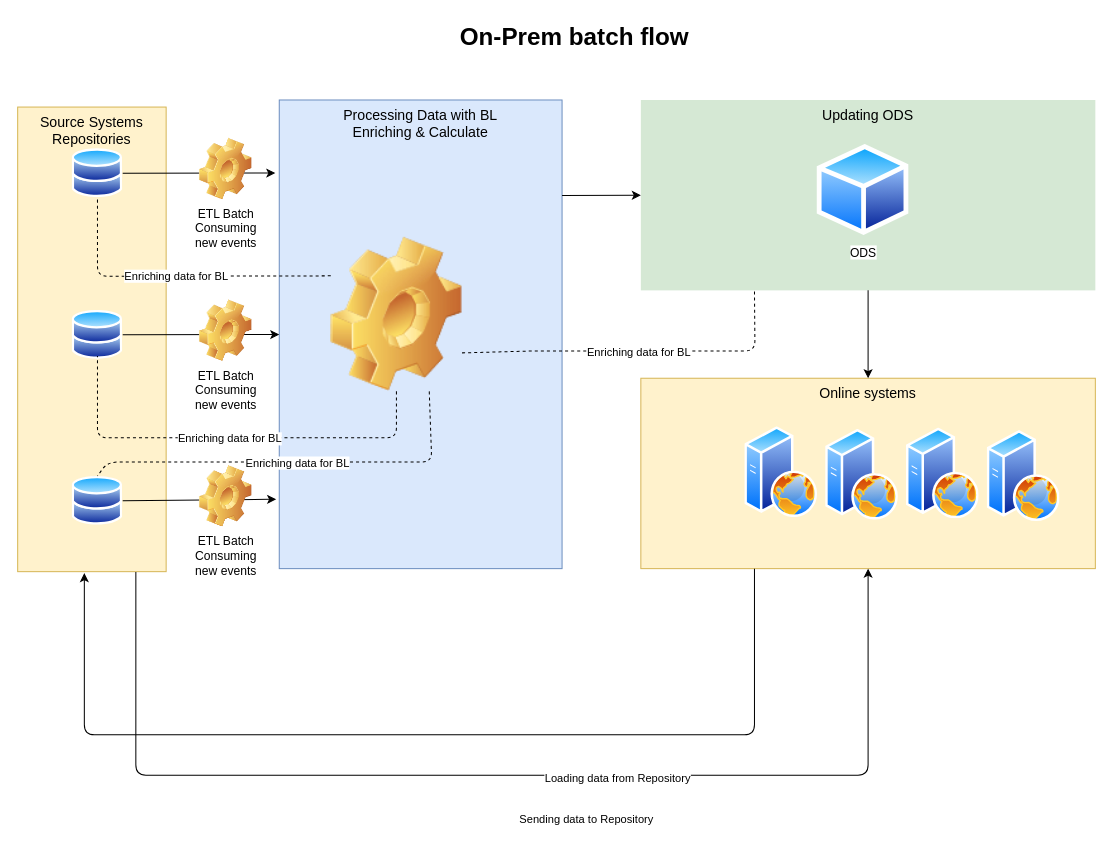
This is ODS on prem1.drawio from itaybaran/drawing, a draw.io file, before an edit. Source tidied: cells renumbered, new cells numbered last; positions are measured from the earlier drawing's top-left corner, leaving out a move shared by most shapes. Both pictures are drawn from the tidied source at 101%, with x=0, y=0 at pixel (17, 17).
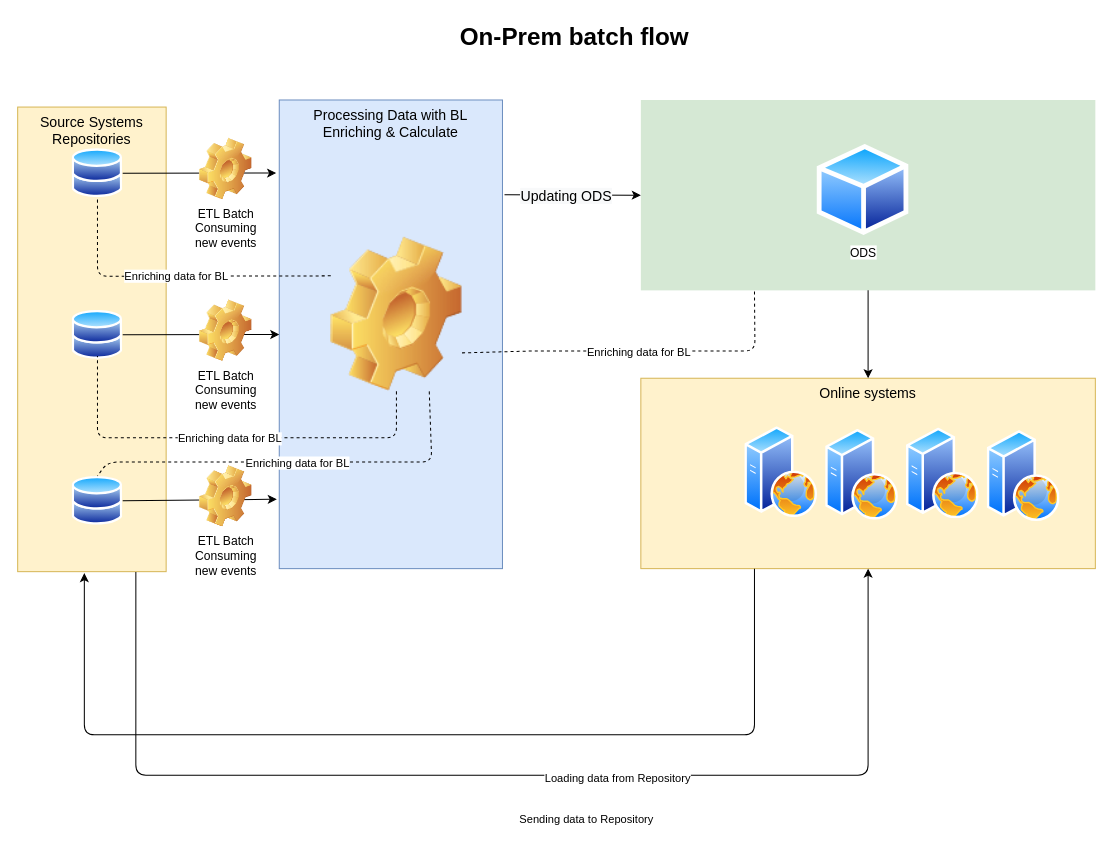
The same page after the edit.

Diff of the diagram source:
```diff
@@
-    <mxCell id="2" value="Updating ODS" style="whiteSpace=wrap;html=1;fillColor=#d5e8d4;fontSize=14;strokeColor=none;verticalAlign=top;" parent="1" vertex="1">
+    <mxCell id="2" style="whiteSpace=wrap;html=1;fillColor=#d5e8d4;fontSize=14;strokeColor=none;verticalAlign=top;" parent="1" vertex="1">
       <mxGeometry x="617" y="81.5" width="450" height="188.5" as="geometry" />
     </mxCell>
     <mxCell id="3" value="Processing Data with BL&lt;br&gt;Enriching &amp;amp; Calculate" style="whiteSpace=wrap;html=1;fillColor=#dae8fc;fontSize=14;strokeColor=#6c8ebf;verticalAlign=top;" parent="1" vertex="1">
-      <mxGeometry x="259" y="81.5" width="280" height="464" as="geometry" />
+      <mxGeometry x="259" y="81.5" width="221" height="464" as="geometry" />
     </mxCell>
@@
-    <mxCell id="27" style="endArrow=classic;html=1;entryX=0;entryY=0.5;entryDx=0;entryDy=0;" parent="1" edge="1" target="2">
-      <mxGeometry relative="1" as="geometry">
-        <mxPoint x="539" y="176" as="sourcePoint" />
-      </mxGeometry>
+    <mxCell id="27" style="endArrow=classic;html=1;entryX=0;entryY=0.5;entryDx=0;entryDy=0;exitX=1.009;exitY=0.202;exitDx=0;exitDy=0;exitPerimeter=0;" parent="1" edge="1" source="3" target="2">
+      <mxGeometry relative="1" as="geometry" />
     </mxCell>
+    <mxCell id="36" value="&lt;span style=&quot;font-size: 14px ; background-color: rgb(248 , 249 , 250)&quot;&gt;Updating ODS&lt;/span&gt;" style="edgeLabel;html=1;align=center;verticalAlign=middle;" parent="27" vertex="1">
+      <mxGeometry x="0.17" y="-1" relative="1" as="geometry">
+        <mxPoint x="-18" as="offset" />
+      </mxGeometry>
+    </mxCell>
```
